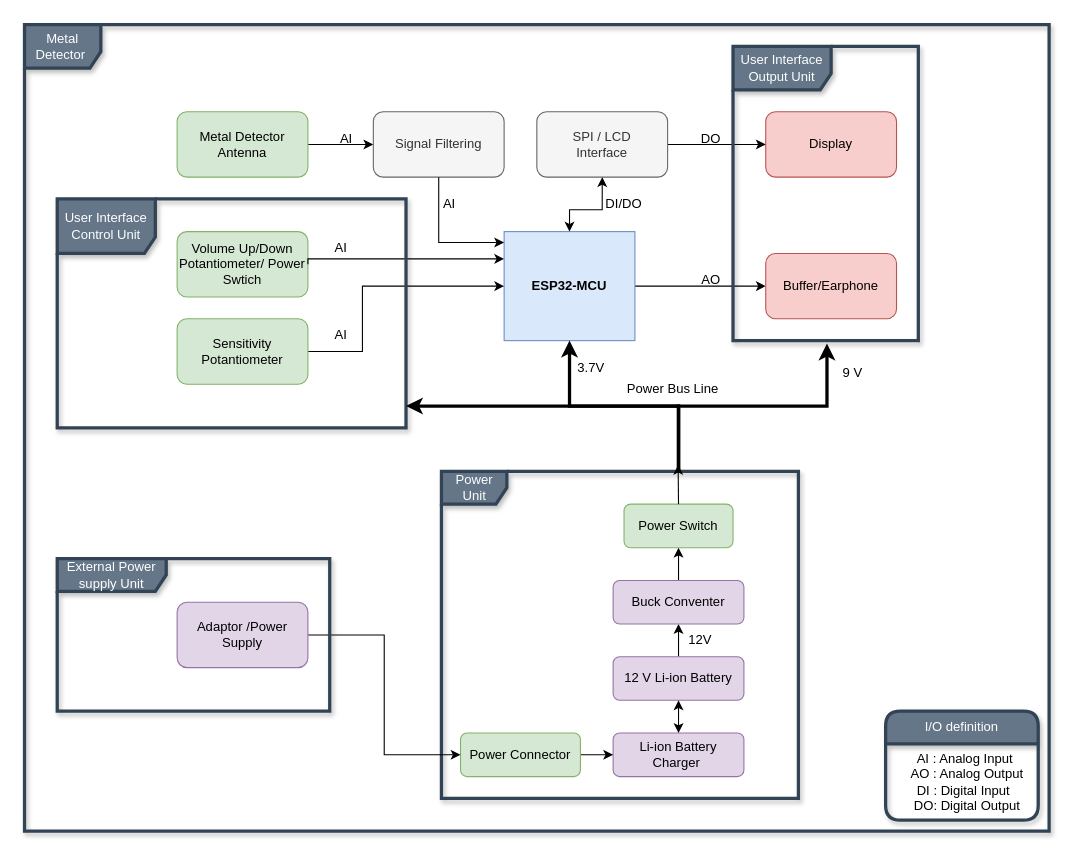
This is Metal Dedektör.drawio from metevs09/Metal_Dedector, a draw.io file, before an edit. Source tidied: cells renumbered, new cells numbered last; positions are measured from the earlier drawing's top-left corner, leaving out a move shared by most shapes. Both pictures are drawn from the tidied source at 109%, with x=0, y=0 at pixel (24, 24).
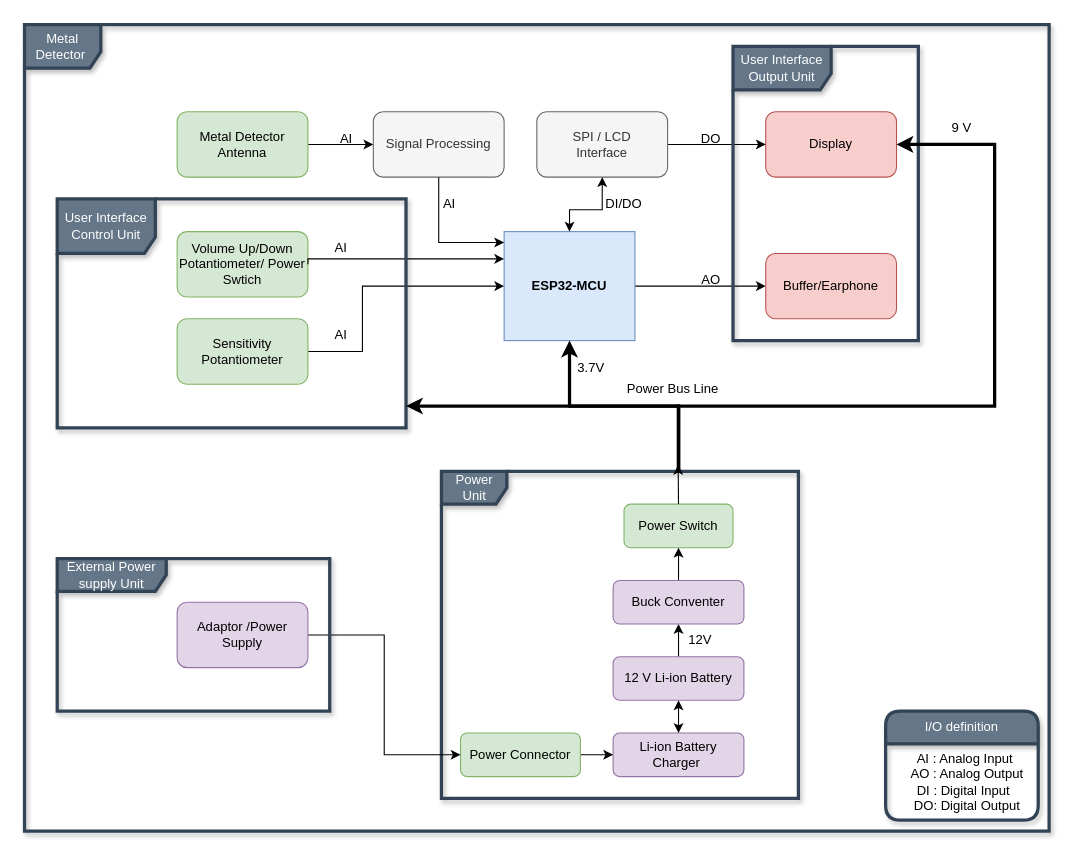
The same page after the edit.

The change refers to these unchanged cells:
```xml
<mxCell id="7" value="Display" style="rounded=1;whiteSpace=wrap;html=1;fillColor=#f8cecc;strokeColor=#b85450;" parent="1" vertex="1">
  <mxGeometry x="680" y="80" width="120" height="60" as="geometry" />
</mxCell>
<mxCell id="29" value="User Interface&lt;br&gt;Output Unit" style="shape=umlFrame;whiteSpace=wrap;html=1;strokeWidth=3;fillColor=#647687;fontColor=#ffffff;strokeColor=#314354;shadow=1;width=90;height=40;" parent="1" vertex="1">
  <mxGeometry x="650" y="20" width="170" height="270" as="geometry" />
</mxCell>
<mxCell id="31" value="Power Unit" style="shape=umlFrame;whiteSpace=wrap;html=1;strokeWidth=3;fillColor=#647687;fontColor=#ffffff;strokeColor=#314354;shadow=1;" parent="1" vertex="1">
  <mxGeometry x="382.5" y="410" width="327.5" height="300" as="geometry" />
</mxCell>
```

The edit, as a diff of the source:
```diff
@@
-    <mxCell id="25" value="Signal Filtering" style="rounded=1;whiteSpace=wrap;html=1;fillColor=#f5f5f5;fontColor=#333333;strokeColor=#666666;" parent="1" vertex="1">
+    <mxCell id="25" value="Signal Processing" style="rounded=1;whiteSpace=wrap;html=1;fillColor=#f5f5f5;fontColor=#333333;strokeColor=#666666;" parent="1" vertex="1">
       <mxGeometry x="320" y="80" width="120" height="60" as="geometry" />
     </mxCell>
@@
-    <mxCell id="36" style="edgeStyle=orthogonalEdgeStyle;rounded=0;jettySize=auto;html=1;entryX=0.507;entryY=1.01;entryDx=0;entryDy=0;entryPerimeter=0;strokeWidth=3;" parent="1" edge="1" source="31" target="29">
+    <mxCell id="36" style="edgeStyle=orthogonalEdgeStyle;rounded=0;jettySize=auto;html=1;entryX=1;entryY=0.5;entryDx=0;entryDy=0;strokeWidth=3;" parent="1" edge="1" source="31" target="7">
       <mxGeometry relative="1" as="geometry">
         <Array as="points">
           <mxPoint x="600" y="350" />
-          <mxPoint x="736" y="350" />
+          <mxPoint x="890" y="350" />
+          <mxPoint x="890" y="110" />
         </Array>
       </mxGeometry>
     </mxCell>
@@
     <mxCell id="49" value="9&amp;nbsp;V" style="text;html=1;strokeColor=none;fillColor=none;align=center;verticalAlign=middle;whiteSpace=wrap;rounded=0;" parent="1" vertex="1">
-      <mxGeometry x="730" y="305" width="60" height="30" as="geometry" />
+      <mxGeometry x="830" y="80" width="60" height="30" as="geometry" />
     </mxCell>
```
